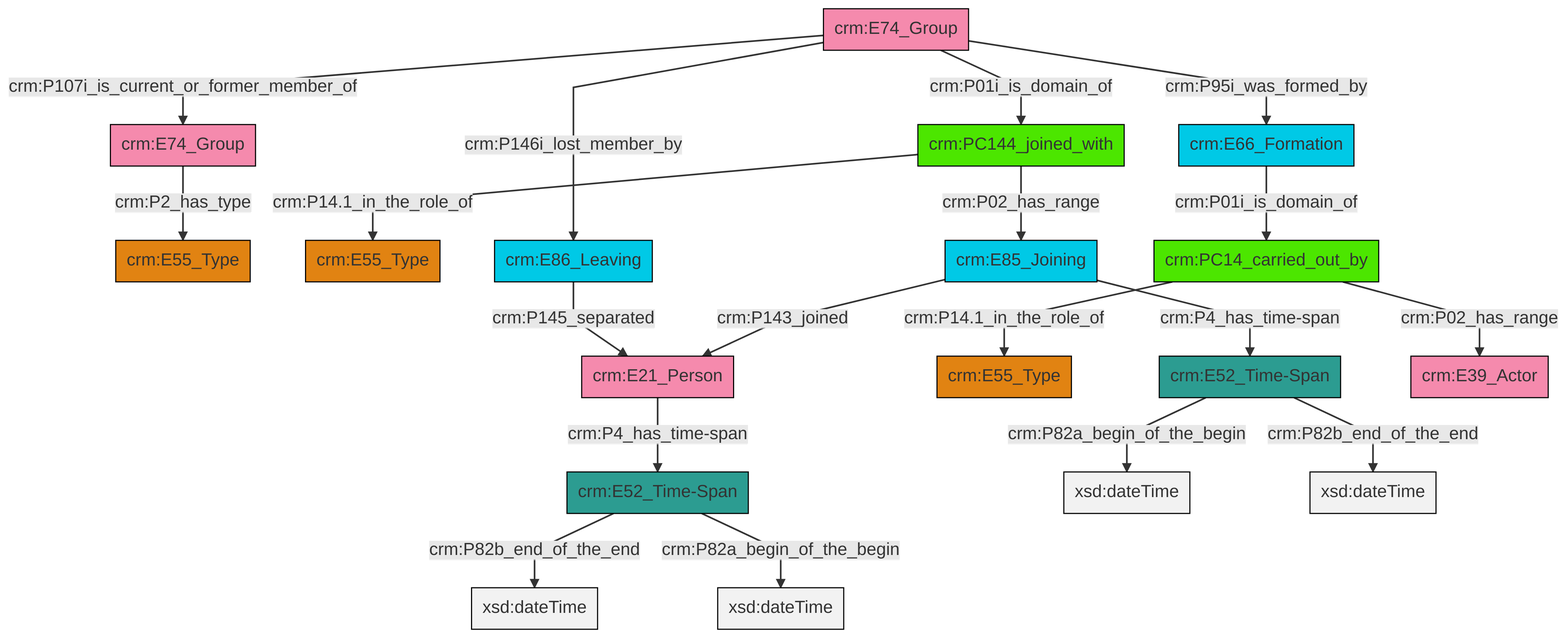
This is et/groupCSV/ttl/mmd/png/group_actor_relations.png from swiss-art-research-net/docs.swissartresearch, a Mermaid export, as it was before one commit. Its source is kept beside it as et/groupCSV/ttl/mmd/group_actor_relations.ttl.mmd.
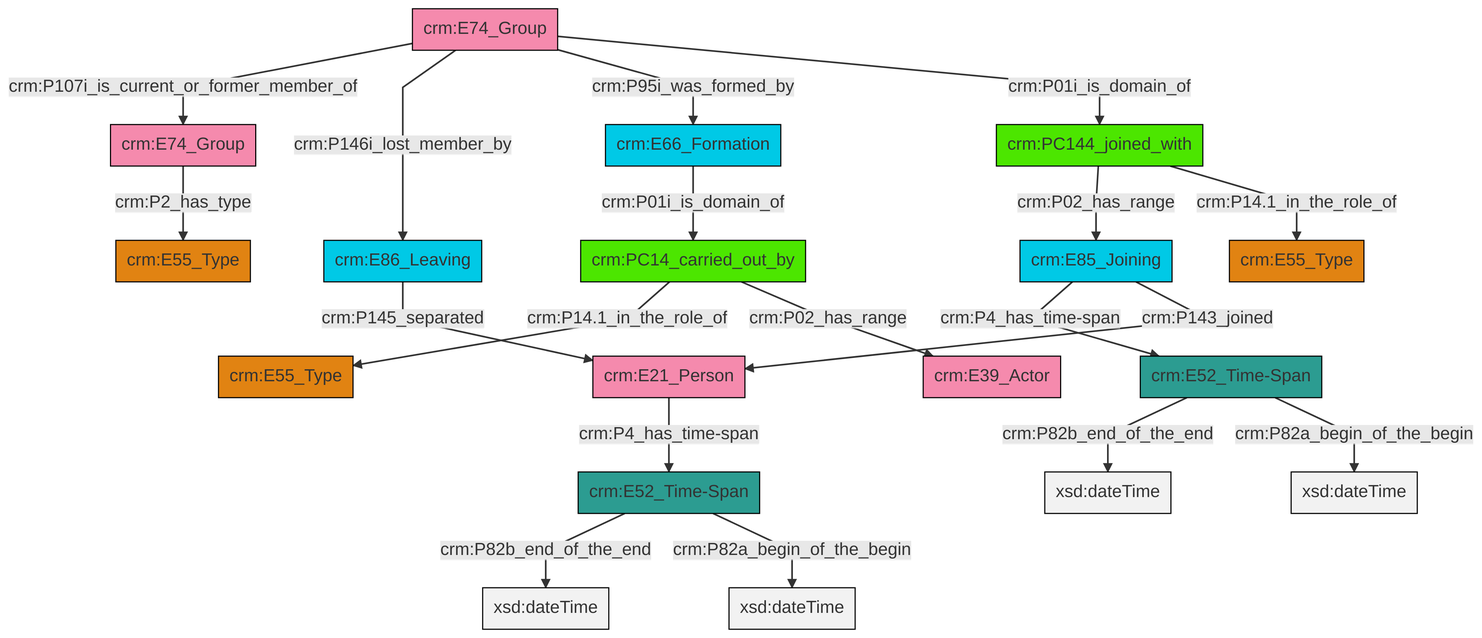
The same diagram one commit later.

The edit, as a diff of the source:
```diff
@@ -13,21 +13,21 @@
 classDef PC_Classes fill:#4ce600, stroke:#000000;
 classDef Multi fill:#cccccc,stroke:#000000;
 
-11["crm:E21_Person"]:::Actor -->|crm:P4_has_time-span| 12["crm:E52_Time-Span"]:::Time-Span
-12["crm:E52_Time-Span"]:::Time-Span -->|crm:P82b_end_of_the_end| 13[xsd:dateTime]:::Literal
-18["crm:E74_Group"]:::Actor -->|crm:P01i_is_domain_of| 9["crm:PC144_joined_with"]:::PC_Classes
-0["crm:E66_Formation"]:::Temporal_Entity -->|crm:P01i_is_domain_of| 21["crm:PC14_carried_out_by"]:::PC_Classes
-23["crm:E85_Joining"]:::Temporal_Entity -->|crm:P143_joined| 11["crm:E21_Person"]:::Actor
-24["crm:E52_Time-Span"]:::Time-Span -->|crm:P82a_begin_of_the_begin| 25[xsd:dateTime]:::Literal
-18["crm:E74_Group"]:::Actor -->|crm:P107i_is_current_or_former_member_of| 4["crm:E74_Group"]:::Actor
-21["crm:PC14_carried_out_by"]:::PC_Classes -->|crm:P02_has_range| 27["crm:E39_Actor"]:::Actor
-12["crm:E52_Time-Span"]:::Time-Span -->|crm:P82a_begin_of_the_begin| 28[xsd:dateTime]:::Literal
-18["crm:E74_Group"]:::Actor -->|crm:P95i_was_formed_by| 0["crm:E66_Formation"]:::Temporal_Entity
-9["crm:PC144_joined_with"]:::PC_Classes -->|crm:P14.1_in_the_role_of| 6["crm:E55_Type"]:::Type
-18["crm:E74_Group"]:::Actor -->|crm:P146i_lost_member_by| 16["crm:E86_Leaving"]:::Temporal_Entity
-21["crm:PC14_carried_out_by"]:::PC_Classes -->|crm:P14.1_in_the_role_of| 14["crm:E55_Type"]:::Type
-24["crm:E52_Time-Span"]:::Time-Span -->|crm:P82b_end_of_the_end| 32[xsd:dateTime]:::Literal
-9["crm:PC144_joined_with"]:::PC_Classes -->|crm:P02_has_range| 23["crm:E85_Joining"]:::Temporal_Entity
-16["crm:E86_Leaving"]:::Temporal_Entity -->|crm:P145_separated| 11["crm:E21_Person"]:::Actor
-4["crm:E74_Group"]:::Actor -->|crm:P2_has_type| 2["crm:E55_Type"]:::Type
-23["crm:E85_Joining"]:::Temporal_Entity -->|crm:P4_has_time-span| 24["crm:E52_Time-Span"]:::Time-Span
+0["crm:E74_Group"]:::Actor -->|crm:P107i_is_current_or_former_member_of| 1["crm:E74_Group"]:::Actor
+0["crm:E74_Group"]:::Actor -->|crm:P146i_lost_member_by| 2["crm:E86_Leaving"]:::Temporal_Entity
+1["crm:E74_Group"]:::Actor -->|crm:P2_has_type| 3["crm:E55_Type"]:::Type
+0["crm:E74_Group"]:::Actor -->|crm:P95i_was_formed_by| 4["crm:E66_Formation"]:::Temporal_Entity
+9["crm:E85_Joining"]:::Temporal_Entity -->|crm:P4_has_time-span| 10["crm:E52_Time-Span"]:::Time-Span
+9["crm:E85_Joining"]:::Temporal_Entity -->|crm:P143_joined| 12["crm:E21_Person"]:::Actor
+12["crm:E21_Person"]:::Actor -->|crm:P4_has_time-span| 18["crm:E52_Time-Span"]:::Time-Span
+15["crm:PC144_joined_with"]:::PC_Classes -->|crm:P02_has_range| 9["crm:E85_Joining"]:::Temporal_Entity
+19["crm:PC14_carried_out_by"]:::PC_Classes -->|crm:P14.1_in_the_role_of| 7["crm:E55_Type"]:::Type
+19["crm:PC14_carried_out_by"]:::PC_Classes -->|crm:P02_has_range| 20["crm:E39_Actor"]:::Actor
+0["crm:E74_Group"]:::Actor -->|crm:P01i_is_domain_of| 15["crm:PC144_joined_with"]:::PC_Classes
+15["crm:PC144_joined_with"]:::PC_Classes -->|crm:P14.1_in_the_role_of| 5["crm:E55_Type"]:::Type
+10["crm:E52_Time-Span"]:::Time-Span -->|crm:P82b_end_of_the_end| 28[xsd:dateTime]:::Literal
+4["crm:E66_Formation"]:::Temporal_Entity -->|crm:P01i_is_domain_of| 19["crm:PC14_carried_out_by"]:::PC_Classes
+10["crm:E52_Time-Span"]:::Time-Span -->|crm:P82a_begin_of_the_begin| 30[xsd:dateTime]:::Literal
+18["crm:E52_Time-Span"]:::Time-Span -->|crm:P82b_end_of_the_end| 31[xsd:dateTime]:::Literal
+2["crm:E86_Leaving"]:::Temporal_Entity -->|crm:P145_separated| 12["crm:E21_Person"]:::Actor
+18["crm:E52_Time-Span"]:::Time-Span -->|crm:P82a_begin_of_the_begin| 33[xsd:dateTime]:::Literal
```
